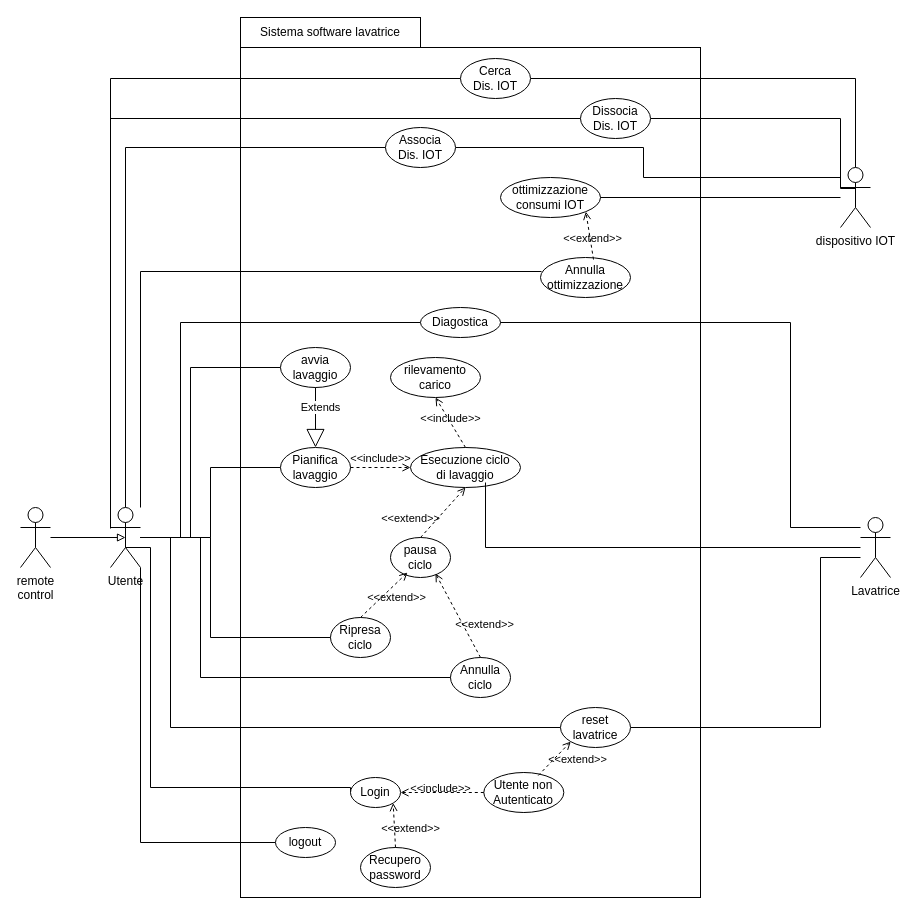
Earlier version of the draw.io diagram content/use.drawio (uni-aca100/ing-proj). Source tidied: cells renumbered, new cells numbered last; positions are measured from the earlier drawing's top-left corner, leaving out a move shared by most shapes. Both pictures are drawn from the tidied source at 100%, with x=0, y=0 at pixel (20, 17).
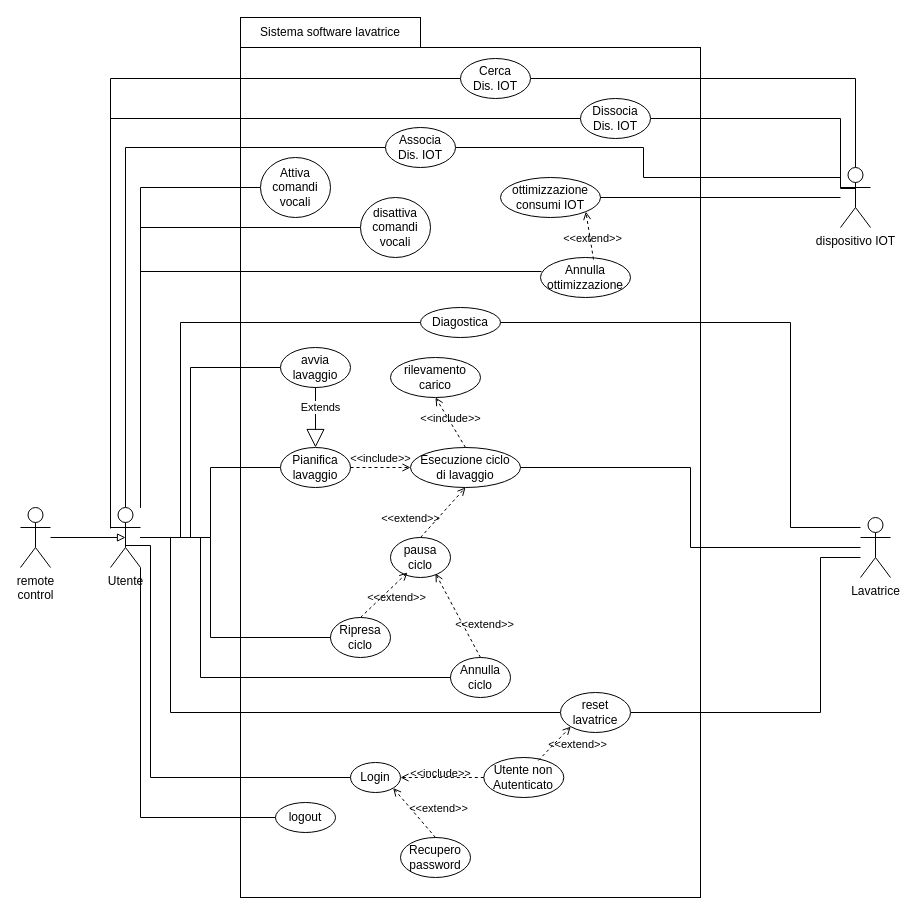
The same page after the edit.

Unchanged cells that the change refers to:
```xml
<mxCell id="4" value="&lt;div&gt;Esecuzione ciclo&lt;/div&gt;&lt;div&gt;di lavaggio&lt;/div&gt;" style="ellipse;whiteSpace=wrap;html=1;" parent="1" vertex="1">
  <mxGeometry x="390" y="430" width="110" height="40" as="geometry" />
</mxCell>
<mxCell id="22" value="Utente" style="shape=umlActor;verticalLabelPosition=bottom;verticalAlign=top;html=1;" parent="1" vertex="1">
  <mxGeometry x="90" y="490" width="30" height="60" as="geometry" />
</mxCell>
<mxCell id="31" value="Lavatrice" style="shape=umlActor;verticalLabelPosition=bottom;verticalAlign=top;html=1;outlineConnect=0;" parent="1" vertex="1">
  <mxGeometry x="840" y="500" width="30" height="60" as="geometry" />
</mxCell>
```

Change to the diagram source:
```diff
@@
     <mxCell id="16" style="edgeStyle=orthogonalEdgeStyle;rounded=0;jettySize=auto;html=1;entryX=0;entryY=0.5;entryDx=0;entryDy=0;endArrow=none;endFill=0;" parent="1" edge="1" source="22" target="33">
       <mxGeometry relative="1" as="geometry">
         <Array as="points">
           <mxPoint x="150" y="520" />
-          <mxPoint x="150" y="710" />
+          <mxPoint x="150" y="695" />
         </Array>
       </mxGeometry>
     </mxCell>
@@
     <mxCell id="19" style="edgeStyle=orthogonalEdgeStyle;rounded=0;jettySize=auto;html=1;entryX=0;entryY=0.5;entryDx=0;entryDy=0;endArrow=none;endFill=0;" parent="1" edge="1" target="46">
       <mxGeometry relative="1" as="geometry">
-        <mxPoint x="105" y="530" as="sourcePoint" />
+        <mxPoint x="105" y="528" as="sourcePoint" />
         <Array as="points">
-          <mxPoint x="130" y="530" />
-          <mxPoint x="130" y="770" />
-          <mxPoint x="330" y="770" />
+          <mxPoint x="130" y="528" />
+          <mxPoint x="130" y="760" />
         </Array>
       </mxGeometry>
     </mxCell>
     <mxCell id="20" style="edgeStyle=orthogonalEdgeStyle;rounded=0;jettySize=auto;html=1;entryX=0;entryY=0.5;entryDx=0;entryDy=0;endArrow=none;endFill=0;" parent="1" edge="1" source="22" target="52">
       <mxGeometry relative="1" as="geometry">
         <Array as="points">
-          <mxPoint x="120" y="825" />
+          <mxPoint x="120" y="800" />
         </Array>
       </mxGeometry>
     </mxCell>
@@
+    <mxCell id="56" style="edgeStyle=orthogonalEdgeStyle;rounded=0;jettySize=auto;html=1;entryX=0;entryY=0.5;entryDx=0;entryDy=0;endArrow=none;endFill=0;" parent="1" edge="1" source="22" target="59">
+      <mxGeometry relative="1" as="geometry">
+        <Array as="points">
+          <mxPoint x="120" y="210" />
+        </Array>
+      </mxGeometry>
+    </mxCell>
+    <mxCell id="57" style="edgeStyle=orthogonalEdgeStyle;rounded=0;jettySize=auto;html=1;entryX=0;entryY=0.5;entryDx=0;entryDy=0;endArrow=none;endFill=0;" parent="1" edge="1" source="22" target="58">
+      <mxGeometry relative="1" as="geometry">
+        <Array as="points">
+          <mxPoint x="120" y="170" />
+        </Array>
+      </mxGeometry>
+    </mxCell>
@@
     <mxCell id="30" style="edgeStyle=orthogonalEdgeStyle;rounded=0;jettySize=auto;html=1;entryX=1;entryY=0.5;entryDx=0;entryDy=0;endArrow=none;endFill=0;" parent="1" edge="1" source="31" target="33">
       <mxGeometry relative="1" as="geometry">
         <Array as="points">
           <mxPoint x="800" y="540" />
-          <mxPoint x="800" y="710" />
+          <mxPoint x="800" y="695" />
         </Array>
       </mxGeometry>
     </mxCell>
+    <mxCell id="32" style="edgeStyle=orthogonalEdgeStyle;rounded=0;jettySize=auto;html=1;entryX=1;entryY=0.5;entryDx=0;entryDy=0;endArrow=none;endFill=0;" parent="1" edge="1" source="31" target="4">
+      <mxGeometry relative="1" as="geometry" />
+    </mxCell>
@@
-    <mxCell id="32" style="edgeStyle=orthogonalEdgeStyle;rounded=0;jettySize=auto;html=1;entryX=0.682;entryY=0.875;entryDx=0;entryDy=0;entryPerimeter=0;endArrow=none;endFill=0;" parent="1" edge="1" source="31" target="4">
-      <mxGeometry relative="1" as="geometry" />
-    </mxCell>
     <mxCell id="33" value="&lt;div&gt;reset&lt;/div&gt;&lt;div&gt;lavatrice&lt;/div&gt;" style="ellipse;whiteSpace=wrap;html=1;" parent="1" vertex="1">
-      <mxGeometry x="540" y="690" width="70" height="40" as="geometry" />
+      <mxGeometry x="540" y="675" width="70" height="40" as="geometry" />
     </mxCell>
@@
     <mxCell id="46" value="Login" style="ellipse;whiteSpace=wrap;html=1;" parent="1" vertex="1">
-      <mxGeometry x="330" y="760" width="50" height="30" as="geometry" />
+      <mxGeometry x="330" y="745" width="50" height="30" as="geometry" />
     </mxCell>
     <mxCell id="47" value="Recupero password" style="ellipse;whiteSpace=wrap;html=1;" parent="1" vertex="1">
-      <mxGeometry x="340" y="830" width="70" height="40" as="geometry" />
+      <mxGeometry x="380" y="820" width="70" height="40" as="geometry" />
     </mxCell>
@@
     <mxCell id="49" value="&lt;div&gt;Utente non&lt;/div&gt;&lt;div&gt;Autenticato&lt;/div&gt;" style="ellipse;whiteSpace=wrap;html=1;" parent="1" vertex="1">
-      <mxGeometry x="463.3" y="755" width="80" height="40" as="geometry" />
+      <mxGeometry x="463.3" y="740" width="80" height="40" as="geometry" />
     </mxCell>
@@
     <mxCell id="52" value="logout" style="ellipse;whiteSpace=wrap;html=1;" parent="1" vertex="1">
-      <mxGeometry x="255" y="810" width="60" height="30" as="geometry" />
+      <mxGeometry x="255" y="785" width="60" height="30" as="geometry" />
     </mxCell>
@@
+    <mxCell id="58" value="&lt;div&gt;Attiva&lt;/div&gt;&lt;div&gt;comandi&lt;/div&gt;&lt;div&gt;vocali&lt;/div&gt;" style="ellipse;whiteSpace=wrap;html=1;" parent="1" vertex="1">
+      <mxGeometry x="240" y="140" width="70" height="60" as="geometry" />
+    </mxCell>
+    <mxCell id="59" value="&lt;div&gt;disattiva&lt;/div&gt;&lt;div&gt;comandi&lt;/div&gt;&lt;div&gt;vocali&lt;/div&gt;" style="ellipse;whiteSpace=wrap;html=1;" parent="1" vertex="1">
+      <mxGeometry x="340" y="180" width="70" height="60" as="geometry" />
+    </mxCell>
```
